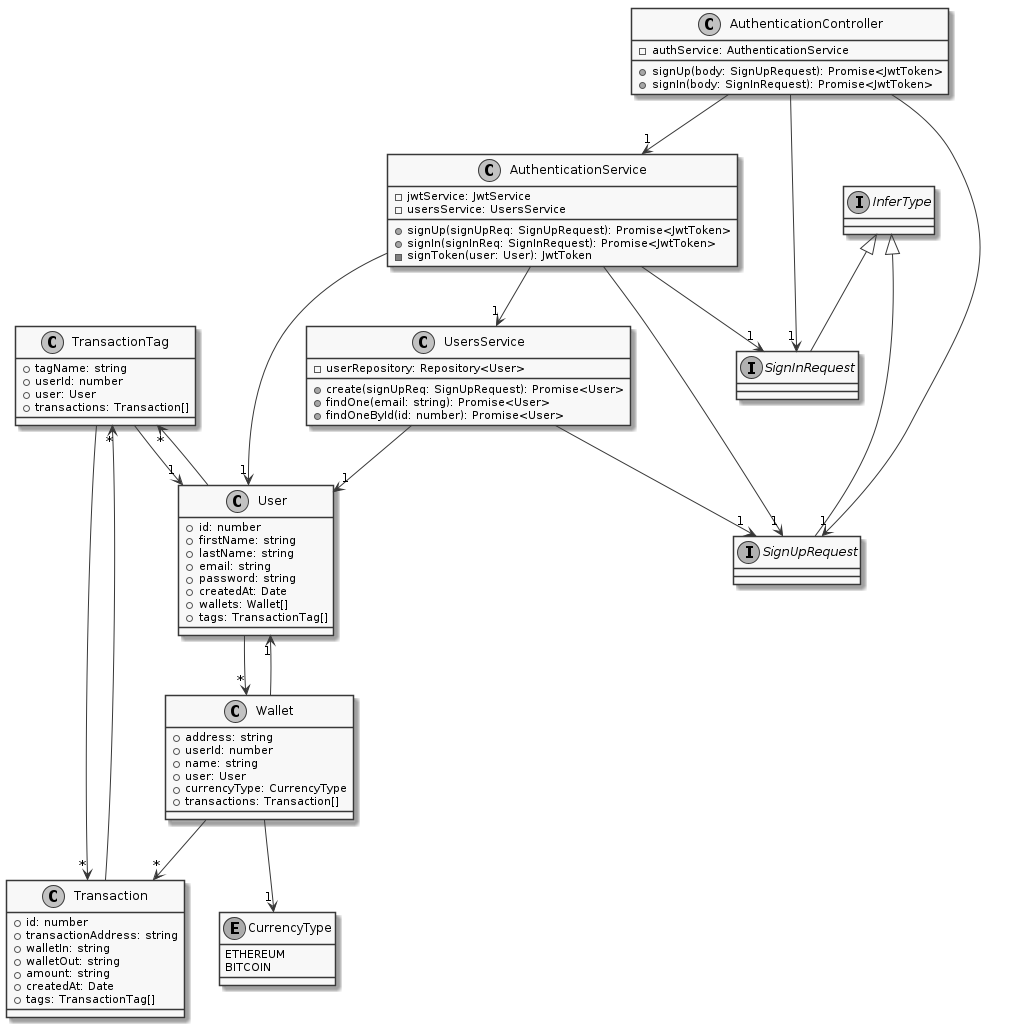
Earlier version of the PlantUML export packages/docs/diagrams/generated/class_diagram_api_authentication.png (SOEN-490-Capstone/Cryptify).
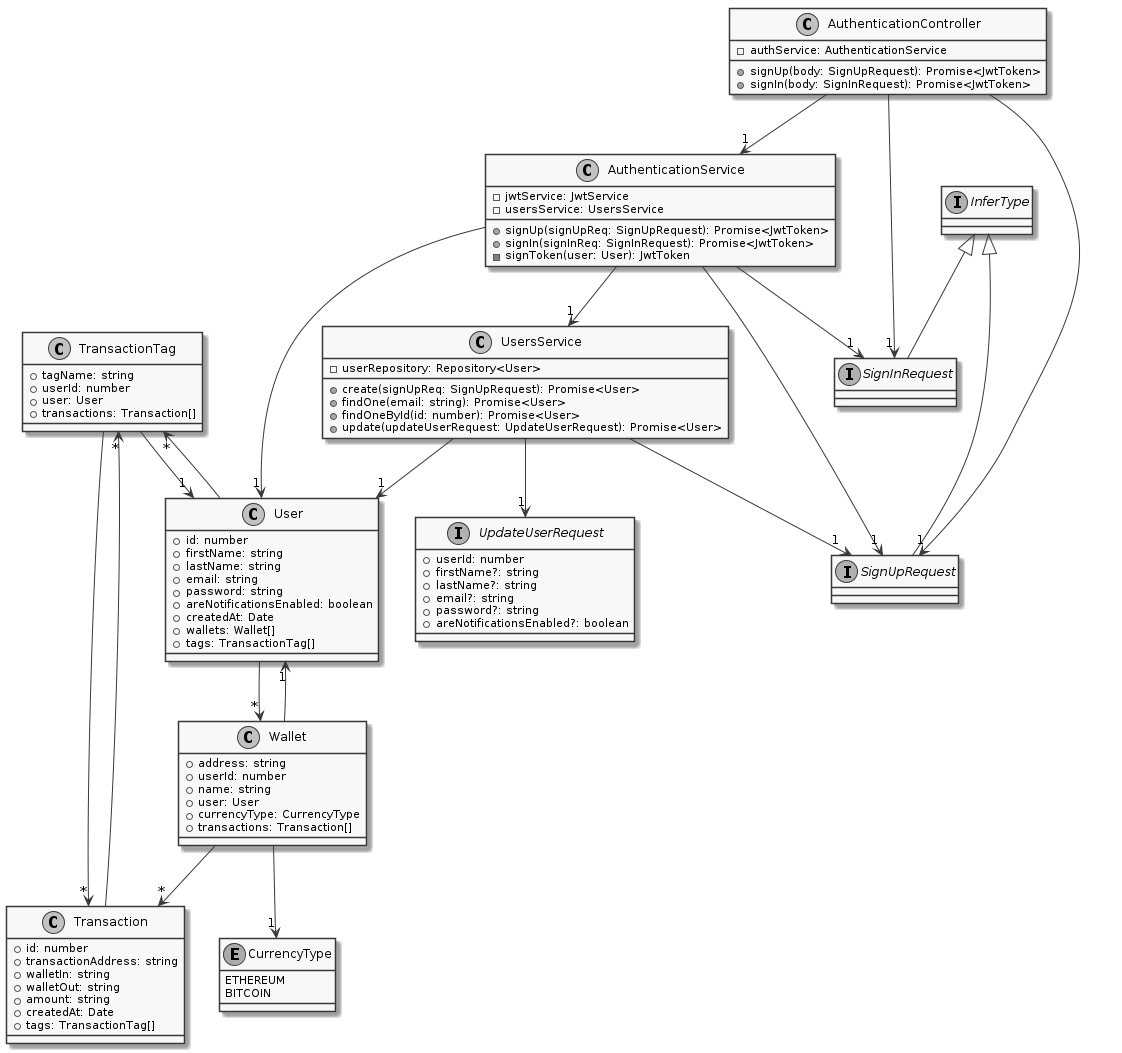
After the change.

The edit, as a diff of the source:
```diff
@@ -33,16 +33,26 @@
     +lastName: string
     +email: string
     +password: string
+    +areNotificationsEnabled: boolean
     +createdAt: Date
     +wallets: Wallet[]
     +tags: TransactionTag[]
 }
 interface SignUpRequest extends InferType
+interface UpdateUserRequest {
+    +userId: number
+    +firstName?: string
+    +lastName?: string
+    +email?: string
+    +password?: string
+    +areNotificationsEnabled?: boolean
+}
 class UsersService {
     -userRepository: Repository<User>
     +create(signUpReq: SignUpRequest): Promise<User>
     +findOne(email: string): Promise<User>
     +findOneById(id: number): Promise<User>
+    +update(updateUserRequest: UpdateUserRequest): Promise<User>
 }
 interface SignInRequest extends InferType
 class AuthenticationService {
@@ -67,6 +77,7 @@
 User --> "*" TransactionTag
 UsersService --> "1" User
 UsersService --> "1" SignUpRequest
+UsersService --> "1" UpdateUserRequest
 AuthenticationService --> "1" UsersService
 AuthenticationService --> "1" SignUpRequest
 AuthenticationService --> "1" SignInRequest
```
